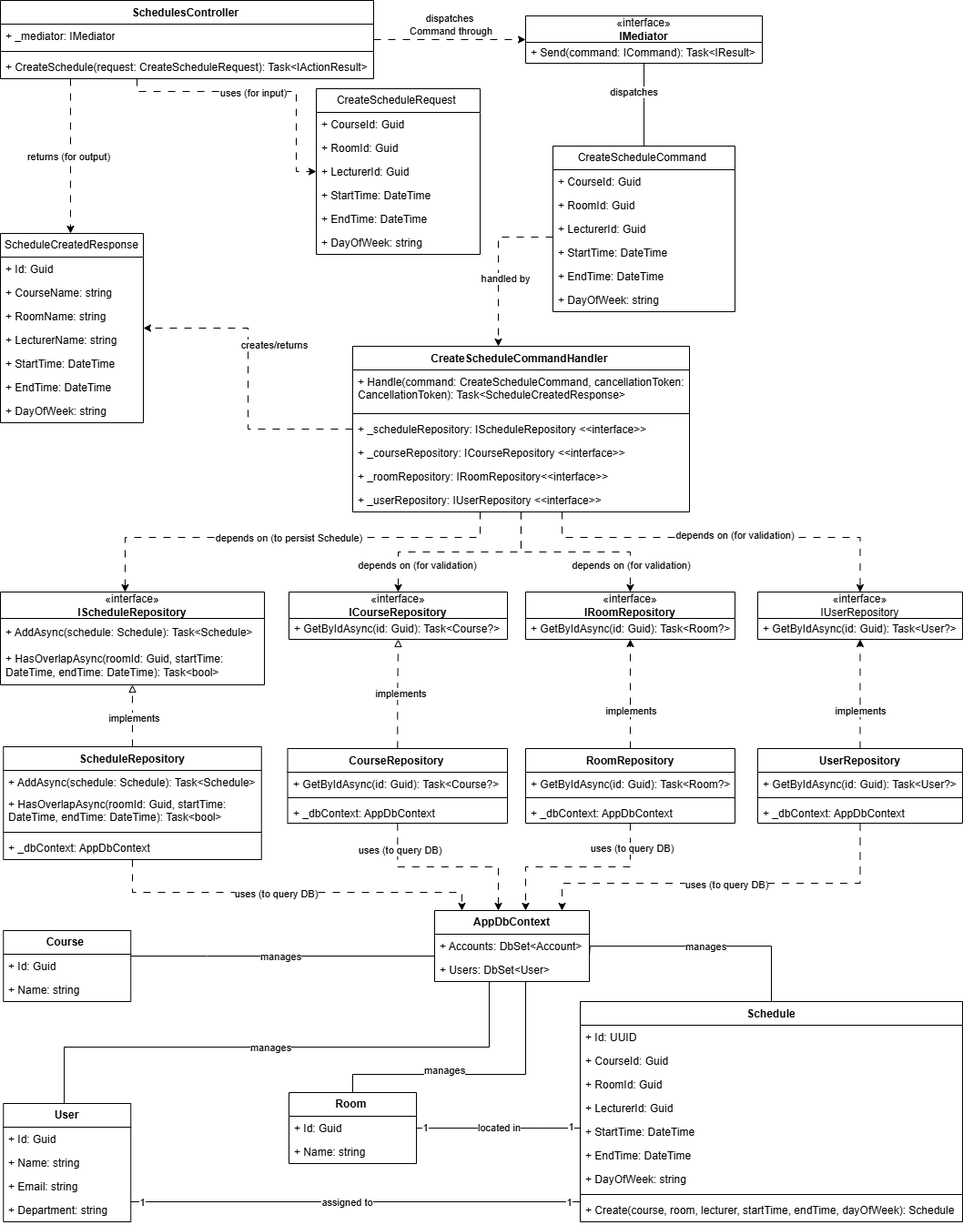
Above: docs/diagram/create-schedule.drawio.png in SEP490-SU25-G16/zentry-server (draw.io), before the change. Source tidied: cells renumbered, new cells last; positions are measured from the earlier drawing's top-left corner, leaving out a move shared by most shapes.
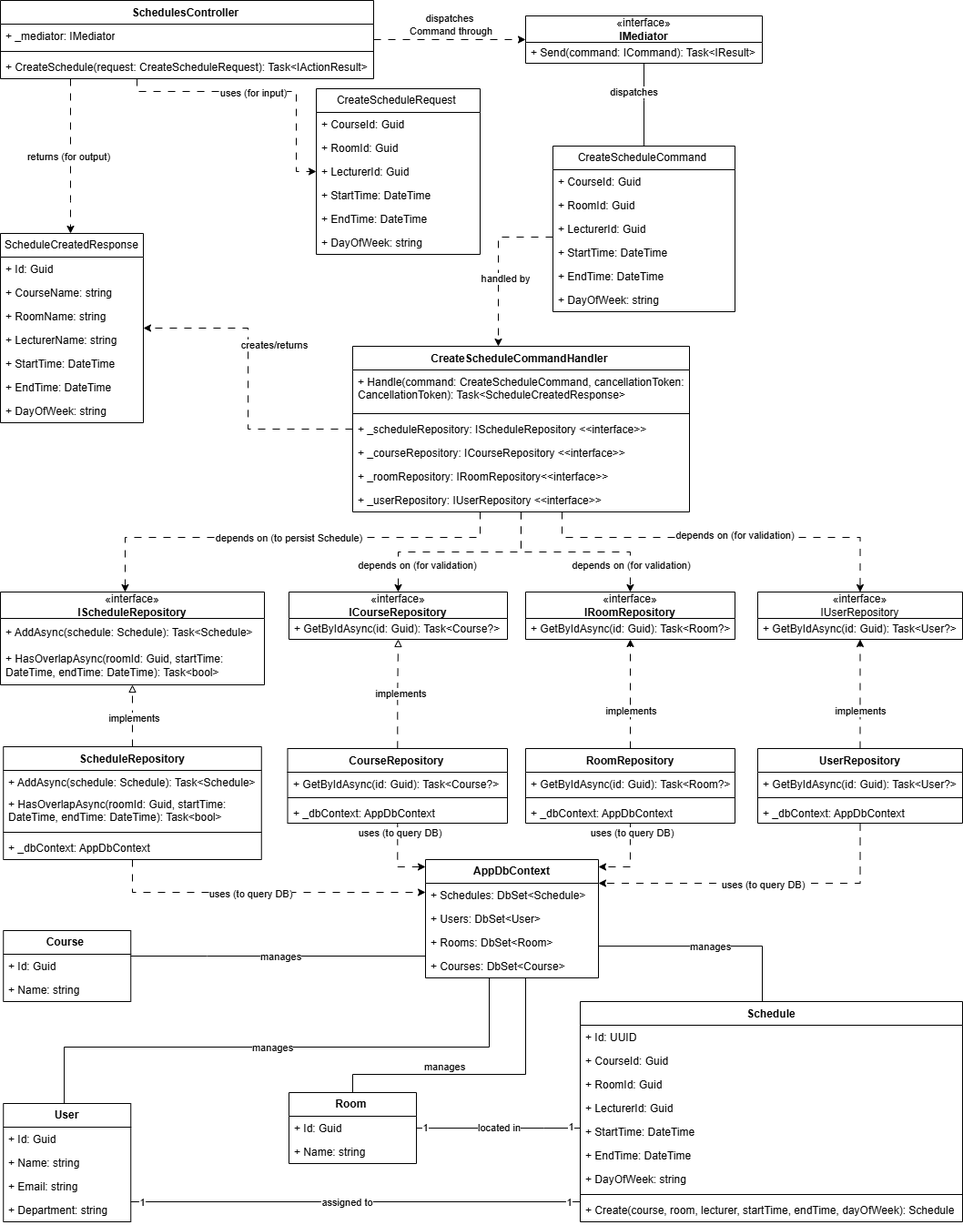
The same file after the commit.

What changed in the source:
```diff
@@ -333,8 +333,7 @@
     <mxCell id="94" style="edgeStyle=orthogonalEdgeStyle;rounded=0;jettySize=auto;html=1;endArrow=none;startFill=0;" parent="1" edge="1" source="99" target="60">
       <mxGeometry relative="1" as="geometry">
         <Array as="points">
-          <mxPoint x="647.8" y="1050" />
-          <mxPoint x="647.8" y="1039" />
+          <mxPoint x="837" y="1039" />
         </Array>
       </mxGeometry>
     </mxCell>
@@ -365,14 +364,20 @@
       </mxGeometry>
     </mxCell>
     <mxCell id="99" value="&lt;span style=&quot;font-weight: 700;&quot;&gt;AppDbContext&lt;/span&gt;" style="swimlane;fontStyle=0;horizontal=1;startSize=26;fillColor=none;whiteSpace=wrap;html=1;" parent="1" vertex="1">
-      <mxGeometry x="477" y="1000" width="170" height="78" as="geometry" />
+      <mxGeometry x="467" y="944" width="190" height="130" as="geometry" />
     </mxCell>
-    <mxCell id="100" value="+ Accounts: DbSet&amp;lt;Account&amp;gt;" style="text;strokeColor=none;fillColor=none;align=left;verticalAlign=top;spacingLeft=4;spacingRight=4;overflow=hidden;whiteSpace=wrap;html=1;" parent="99" vertex="1">
-      <mxGeometry y="26" width="170" height="26" as="geometry" />
+    <mxCell id="100" value="+ Schedules: DbSet&amp;lt;Schedule&amp;gt;" style="text;strokeColor=none;fillColor=none;align=left;verticalAlign=top;spacingLeft=4;spacingRight=4;overflow=hidden;whiteSpace=wrap;html=1;" parent="99" vertex="1">
+      <mxGeometry y="26" width="190" height="26" as="geometry" />
     </mxCell>
     <mxCell id="101" value="+ Users: DbSet&amp;lt;User&amp;gt;" style="text;strokeColor=none;fillColor=none;align=left;verticalAlign=top;spacingLeft=4;spacingRight=4;overflow=hidden;whiteSpace=wrap;html=1;" parent="99" vertex="1">
-      <mxGeometry y="52" width="170" height="26" as="geometry" />
+      <mxGeometry y="52" width="190" height="26" as="geometry" />
     </mxCell>
+    <mxCell id="139" value="+ Rooms: DbSet&amp;lt;Room&amp;gt;" style="text;strokeColor=none;fillColor=none;align=left;verticalAlign=top;spacingLeft=4;spacingRight=4;overflow=hidden;whiteSpace=wrap;html=1;" parent="99" vertex="1">
+      <mxGeometry y="78" width="190" height="26" as="geometry" />
+    </mxCell>
+    <mxCell id="140" value="+ Courses: DbSet&amp;lt;Course&amp;gt;" style="text;strokeColor=none;fillColor=none;align=left;verticalAlign=top;spacingLeft=4;spacingRight=4;overflow=hidden;whiteSpace=wrap;html=1;" parent="99" vertex="1">
+      <mxGeometry y="104" width="190" height="26" as="geometry" />
+    </mxCell>
     <mxCell id="102" style="edgeStyle=orthogonalEdgeStyle;rounded=0;jettySize=auto;html=1;dashed=1;dashPattern=8 8;" parent="1" edge="1" source="6" target="12">
       <mxGeometry relative="1" as="geometry">
         <Array as="points">
```
